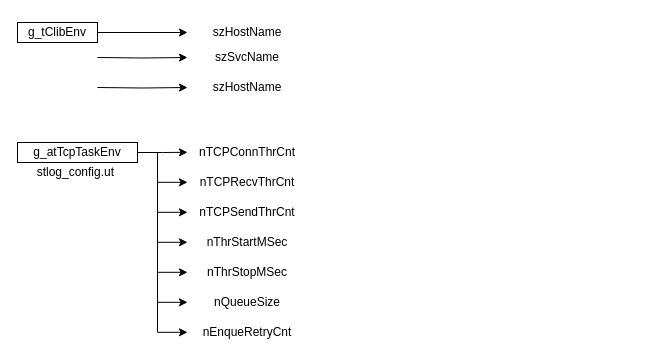
Above: CDR.drawio in JaeHyeon774/NEWTIL (draw.io), before the change. Source tidied: cells renumbered, new cells numbered last; positions are measured from the earlier drawing's top-left corner, leaving out a move shared by most shapes. Both pictures are drawn from the tidied source at 100%, with x=0, y=0 at pixel (17, 17).
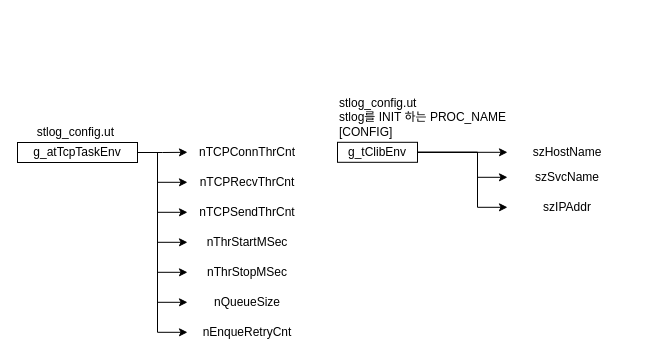
After the change.

The edit, as a diff of the source:
```diff
@@
-    <mxCell id="2" style="edgeStyle=orthogonalEdgeStyle;rounded=0;jettySize=auto;html=1;exitX=1;exitY=0.5;exitDx=0;exitDy=0;" parent="1" edge="1" source="3" target="19">
+    <mxCell id="2" style="edgeStyle=orthogonalEdgeStyle;rounded=0;jettySize=auto;html=1;exitX=1;exitY=0.5;exitDx=0;exitDy=0;entryX=0;entryY=0.5;entryDx=0;entryDy=0;" parent="1" edge="1" source="3" target="19">
       <mxGeometry relative="1" as="geometry" />
     </mxCell>
     <mxCell id="3" value="g_tClibEnv" style="rounded=0;whiteSpace=wrap;html=1;" parent="1" vertex="1">
-      <mxGeometry y="5" width="80" height="20" as="geometry" />
+      <mxGeometry x="320" y="124.8" width="80" height="20" as="geometry" />
     </mxCell>
@@
     <mxCell id="19" value="szHostName" style="text;html=1;align=center;verticalAlign=middle;whiteSpace=wrap;rounded=0;" parent="1" vertex="1">
-      <mxGeometry x="170" width="120" height="30" as="geometry" />
+      <mxGeometry x="490" y="119.8" width="120" height="30" as="geometry" />
     </mxCell>
     <mxCell id="20" value="stlog_config.ut&amp;nbsp;" style="text;html=1;align=center;verticalAlign=middle;whiteSpace=wrap;rounded=0;" parent="1" vertex="1">
-      <mxGeometry y="145" width="120" height="20" as="geometry" />
+      <mxGeometry y="104.8" width="120" height="20" as="geometry" />
     </mxCell>
-    <mxCell id="21" style="edgeStyle=orthogonalEdgeStyle;rounded=0;jettySize=auto;html=1;exitX=1;exitY=0.5;exitDx=0;exitDy=0;" parent="1" edge="1" target="22">
+    <mxCell id="21" style="edgeStyle=orthogonalEdgeStyle;rounded=0;jettySize=auto;html=1;exitX=1;exitY=0.5;exitDx=0;exitDy=0;entryX=0;entryY=0.5;entryDx=0;entryDy=0;" parent="1" edge="1" source="3" target="22">
       <mxGeometry relative="1" as="geometry">
-        <mxPoint x="80" y="40" as="sourcePoint" />
+        <Array as="points">
+          <mxPoint x="460" y="134.8" />
+          <mxPoint x="460" y="159.8" />
+        </Array>
       </mxGeometry>
     </mxCell>
     <mxCell id="22" value="szSvcName" style="text;html=1;align=center;verticalAlign=middle;whiteSpace=wrap;rounded=0;" parent="1" vertex="1">
-      <mxGeometry x="170" y="25" width="120" height="30" as="geometry" />
+      <mxGeometry x="490" y="144.8" width="120" height="30" as="geometry" />
     </mxCell>
-    <mxCell id="23" style="edgeStyle=orthogonalEdgeStyle;rounded=0;jettySize=auto;html=1;exitX=1;exitY=0.5;exitDx=0;exitDy=0;" parent="1" edge="1" target="24">
+    <mxCell id="23" style="edgeStyle=orthogonalEdgeStyle;rounded=0;jettySize=auto;html=1;exitX=1;exitY=0.5;exitDx=0;exitDy=0;entryX=0;entryY=0.5;entryDx=0;entryDy=0;" parent="1" edge="1" source="3" target="24">
       <mxGeometry relative="1" as="geometry">
-        <mxPoint x="80" y="70" as="sourcePoint" />
+        <Array as="points">
+          <mxPoint x="460" y="134.8" />
+          <mxPoint x="460" y="189.8" />
+        </Array>
       </mxGeometry>
     </mxCell>
-    <mxCell id="24" value="szHostName" style="text;html=1;align=center;verticalAlign=middle;whiteSpace=wrap;rounded=0;" parent="1" vertex="1">
-      <mxGeometry x="170" y="55" width="120" height="30" as="geometry" />
+    <mxCell id="24" value="szIPAddr" style="text;html=1;align=center;verticalAlign=middle;whiteSpace=wrap;rounded=0;" parent="1" vertex="1">
+      <mxGeometry x="490" y="174.8" width="120" height="30" as="geometry" />
     </mxCell>
+    <mxCell id="25" value="stlog_config.ut&amp;nbsp;&lt;div&gt;stlog를 INIT 하는 PROC_NAME&lt;br&gt;&lt;div&gt;[CONFIG]&lt;/div&gt;&lt;/div&gt;" style="text;html=1;align=left;verticalAlign=middle;whiteSpace=wrap;rounded=0;" parent="1" vertex="1">
+      <mxGeometry x="320" y="75" width="180" height="50" as="geometry" />
+    </mxCell>
```
